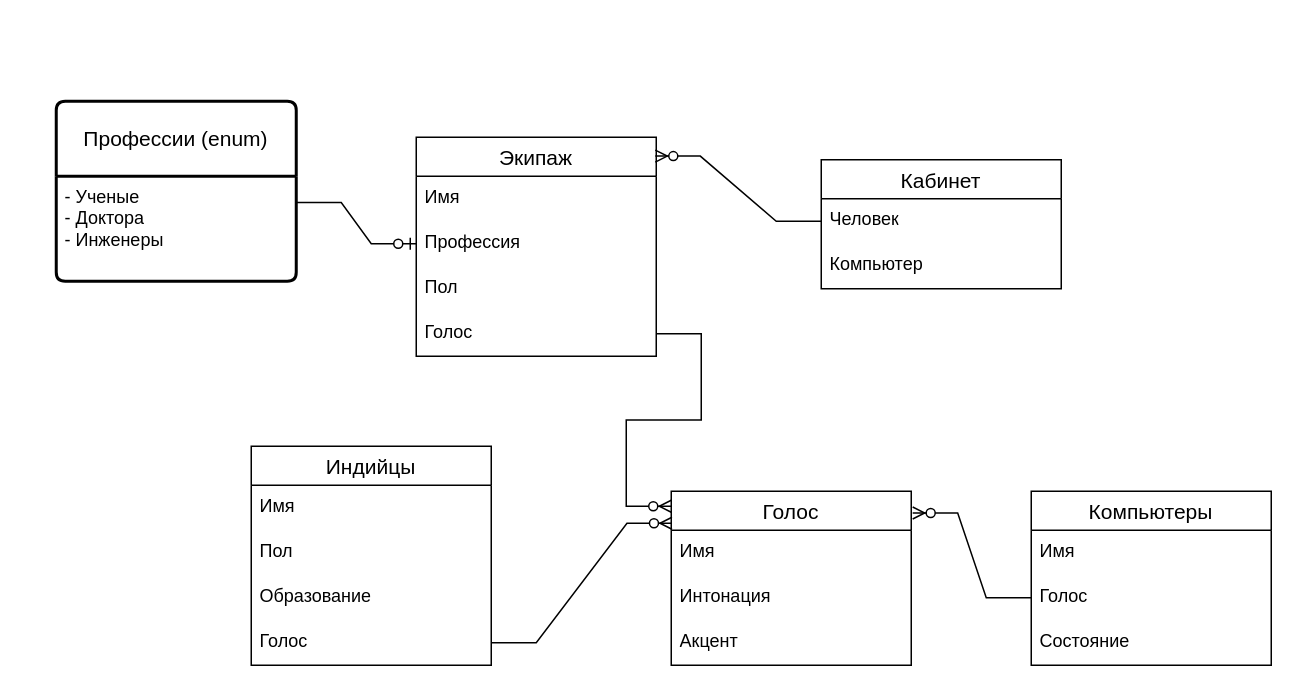
ser535/DB-1 keeps this draw.io diagram as БД.drawio. Above is the earlier version. Source tidied: cells renumbered, new cells numbered last; positions are measured from the earlier drawing's top-left corner, leaving out a move shared by most shapes. Both pictures are drawn from the tidied source at 150%, with x=0, y=0 at pixel (56, 100).
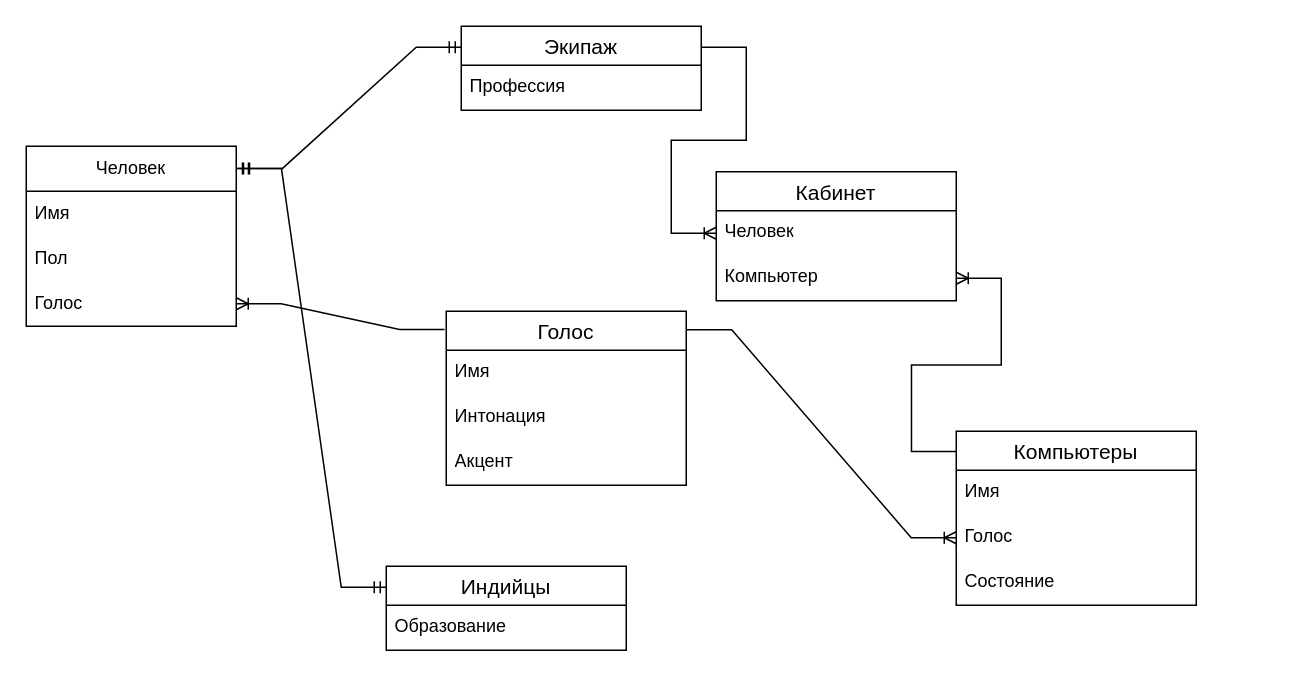
The same diagram, later.

The change refers to these unchanged cells:
```xml
<mxCell id="9" value="Голос" style="text;strokeColor=none;fillColor=none;spacingLeft=4;spacingRight=4;overflow=hidden;points=[[0,0.5],[1,0.5]];portConstraint=eastwest;fontSize=12;whiteSpace=wrap;html=1;" parent="7" vertex="1">
  <mxGeometry y="56" width="160" height="30" as="geometry" />
</mxCell>
<mxCell id="26" value="Человек" style="text;strokeColor=none;fillColor=none;spacingLeft=4;spacingRight=4;overflow=hidden;points=[[0,0.5],[1,0.5]];portConstraint=eastwest;fontSize=12;whiteSpace=wrap;html=1;" parent="25" vertex="1">
  <mxGeometry y="26" width="160" height="30" as="geometry" />
</mxCell>
<mxCell id="27" value="Компьютер" style="text;strokeColor=none;fillColor=none;spacingLeft=4;spacingRight=4;overflow=hidden;points=[[0,0.5],[1,0.5]];portConstraint=eastwest;fontSize=12;whiteSpace=wrap;html=1;" parent="25" vertex="1">
  <mxGeometry y="56" width="160" height="30" as="geometry" />
</mxCell>
```

Diff of the diagram source:
```diff
@@
     <mxCell id="2" value="Экипаж" style="swimlane;fontStyle=0;horizontal=1;startSize=26;align=center;fontSize=14;" parent="1" vertex="1">
-      <mxGeometry x="240" y="24" width="160" height="146" as="geometry" />
+      <mxGeometry x="270" y="-50" width="160" height="56" as="geometry" />
     </mxCell>
-    <mxCell id="3" value="Имя" style="text;strokeColor=none;fillColor=none;spacingLeft=4;spacingRight=4;overflow=hidden;fontSize=12;whiteSpace=wrap;html=1;" parent="2" vertex="1">
-      <mxGeometry y="26" width="160" height="30" as="geometry" />
-    </mxCell>
     <mxCell id="4" value="Профессия" style="text;strokeColor=none;fillColor=none;spacingLeft=4;spacingRight=4;overflow=hidden;points=[[0,0.5],[1,0.5]];portConstraint=eastwest;fontSize=12;whiteSpace=wrap;html=1;" parent="2" vertex="1">
-      <mxGeometry y="56" width="160" height="30" as="geometry" />
+      <mxGeometry y="26" width="160" height="30" as="geometry" />
     </mxCell>
-    <mxCell id="5" value="Пол" style="text;strokeColor=none;fillColor=none;spacingLeft=4;spacingRight=4;overflow=hidden;fontSize=12;whiteSpace=wrap;html=1;" parent="2" vertex="1">
-      <mxGeometry y="86" width="160" height="30" as="geometry" />
-    </mxCell>
-    <mxCell id="6" value="Голос" style="text;strokeColor=none;fillColor=none;spacingLeft=4;spacingRight=4;overflow=hidden;points=[[0,0.5],[1,0.5]];portConstraint=eastwest;fontSize=12;whiteSpace=wrap;html=1;" parent="2" vertex="1">
-      <mxGeometry y="116" width="160" height="30" as="geometry" />
-    </mxCell>
     <mxCell id="7" value="Компьютеры" style="swimlane;fontStyle=0;horizontal=1;startSize=26;align=center;fontSize=14;" parent="1" vertex="1">
-      <mxGeometry x="650" y="260" width="160" height="116" as="geometry" />
+      <mxGeometry x="600" y="220" width="160" height="116" as="geometry" />
     </mxCell>
@@
     <mxCell id="11" value="Голос" style="swimlane;fontStyle=0;horizontal=1;startSize=26;align=center;fontSize=14;" parent="1" vertex="1">
-      <mxGeometry x="410" y="260" width="160" height="116" as="geometry" />
+      <mxGeometry x="260" y="140" width="160" height="116" as="geometry" />
     </mxCell>
@@
     <mxCell id="15" value="Индийцы" style="swimlane;fontStyle=0;horizontal=1;startSize=26;align=center;fontSize=14;" parent="1" vertex="1">
-      <mxGeometry x="130" y="230" width="160" height="146" as="geometry" />
+      <mxGeometry x="220" y="310" width="160" height="56" as="geometry" />
     </mxCell>
-    <mxCell id="16" value="Имя" style="text;strokeColor=none;fillColor=none;spacingLeft=4;spacingRight=4;overflow=hidden;fontSize=12;whiteSpace=wrap;html=1;" parent="15" vertex="1">
-      <mxGeometry y="26" width="160" height="30" as="geometry" />
-    </mxCell>
-    <mxCell id="17" value="Пол" style="text;strokeColor=none;fillColor=none;spacingLeft=4;spacingRight=4;overflow=hidden;fontSize=12;whiteSpace=wrap;html=1;" parent="15" vertex="1">
-      <mxGeometry y="56" width="160" height="30" as="geometry" />
-    </mxCell>
     <mxCell id="18" value="Образование" style="text;strokeColor=none;fillColor=none;spacingLeft=4;spacingRight=4;overflow=hidden;fontSize=12;whiteSpace=wrap;html=1;" parent="15" vertex="1">
-      <mxGeometry y="86" width="160" height="30" as="geometry" />
+      <mxGeometry y="26" width="160" height="30" as="geometry" />
     </mxCell>
-    <mxCell id="19" value="Голос" style="text;strokeColor=none;fillColor=none;spacingLeft=4;spacingRight=4;overflow=hidden;points=[[0,0.5],[1,0.5]];portConstraint=eastwest;fontSize=12;whiteSpace=wrap;html=1;" parent="15" vertex="1">
-      <mxGeometry y="116" width="160" height="30" as="geometry" />
-    </mxCell>
-    <mxCell id="20" style="edgeStyle=entityRelationEdgeStyle;fontSize=12;html=1;endArrow=ERzeroToMany;endFill=1;rounded=0;exitX=1;exitY=0.5;exitDx=0;exitDy=0;entryX=0;entryY=0.086;entryDx=0;entryDy=0;entryPerimeter=0;" parent="1" edge="1" source="6" target="11">
-      <mxGeometry relative="1" as="geometry">
-        <Array as="points">
-          <mxPoint x="370" y="230" />
-        </Array>
-      </mxGeometry>
-    </mxCell>
-    <mxCell id="21" value="Профессии (enum)" style="swimlane;horizontal=1;startSize=50;rounded=1;fontSize=14;fontStyle=0;strokeWidth=2;shadow=0;dashed=0;align=center;arcSize=4;whiteSpace=wrap;html=1;" parent="1" vertex="1">
-      <mxGeometry width="160" height="120" as="geometry" />
-    </mxCell>
-    <mxCell id="22" value="- Ученые&lt;br&gt;- Доктора&lt;br&gt;- Инженеры&amp;nbsp;" style="align=left;strokeColor=none;fillColor=none;spacingLeft=4;fontSize=12;verticalAlign=top;html=1;" parent="21" vertex="1">
-      <mxGeometry y="50" width="160" height="70" as="geometry" />
-    </mxCell>
-    <mxCell id="23" style="edgeStyle=entityRelationEdgeStyle;fontSize=12;html=1;endArrow=ERzeroToOne;endFill=1;rounded=0;entryX=0;entryY=0.5;entryDx=0;entryDy=0;exitX=1;exitY=0.25;exitDx=0;exitDy=0;" parent="1" edge="1" source="22" target="4">
-      <mxGeometry relative="1" as="geometry" />
-    </mxCell>
-    <mxCell id="24" style="edgeStyle=entityRelationEdgeStyle;fontSize=12;html=1;endArrow=ERzeroToMany;endFill=1;rounded=0;exitX=1;exitY=0.5;exitDx=0;exitDy=0;entryX=0.003;entryY=0.184;entryDx=0;entryDy=0;entryPerimeter=0;" parent="1" edge="1" source="19" target="11">
-      <mxGeometry relative="1" as="geometry">
-        <Array as="points">
-          <mxPoint x="270.5" y="275.8" />
-        </Array>
-      </mxGeometry>
-    </mxCell>
     <mxCell id="25" value="Кабинет" style="swimlane;fontStyle=0;horizontal=1;startSize=26;align=center;fontSize=14;" parent="1" vertex="1">
-      <mxGeometry x="510" y="39" width="160" height="86" as="geometry" />
+      <mxGeometry x="440" y="47" width="160" height="86" as="geometry" />
     </mxCell>
@@
-    <mxCell id="28" style="edgeStyle=entityRelationEdgeStyle;fontSize=12;html=1;endArrow=ERzeroToMany;endFill=1;rounded=0;entryX=0.996;entryY=0.086;entryDx=0;entryDy=0;entryPerimeter=0;exitX=0;exitY=0.5;exitDx=0;exitDy=0;" parent="1" edge="1" source="26" target="2">
-      <mxGeometry relative="1" as="geometry" />
-    </mxCell>
-    <mxCell id="29" style="edgeStyle=entityRelationEdgeStyle;fontSize=12;html=1;endArrow=ERzeroToMany;endFill=1;rounded=0;exitX=0;exitY=0.5;exitDx=0;exitDy=0;entryX=1.006;entryY=0.125;entryDx=0;entryDy=0;entryPerimeter=0;" parent="1" edge="1" source="9" target="11">
-      <mxGeometry relative="1" as="geometry" />
-    </mxCell>
+    <mxCell id="30" value="Человек" style="swimlane;fontStyle=0;horizontal=1;startSize=30;whiteSpace=wrap;html=1;" parent="1" vertex="1">
+      <mxGeometry x="-20" y="30" width="140" height="120" as="geometry" />
+    </mxCell>
+    <mxCell id="31" value="Имя" style="text;strokeColor=none;fillColor=none;align=left;verticalAlign=middle;spacingLeft=4;spacingRight=4;overflow=hidden;whiteSpace=wrap;html=1;" parent="30" vertex="1">
+      <mxGeometry y="30" width="140" height="30" as="geometry" />
+    </mxCell>
+    <mxCell id="32" value="Пол" style="text;strokeColor=none;fillColor=none;align=left;verticalAlign=middle;spacingLeft=4;spacingRight=4;overflow=hidden;whiteSpace=wrap;html=1;" parent="30" vertex="1">
+      <mxGeometry y="60" width="140" height="30" as="geometry" />
+    </mxCell>
+    <mxCell id="33" value="Голос" style="text;strokeColor=none;fillColor=none;align=left;verticalAlign=middle;spacingLeft=4;spacingRight=4;overflow=hidden;points=[[0,0.5],[1,0.5]];portConstraint=eastwest;whiteSpace=wrap;html=1;" parent="30" vertex="1">
+      <mxGeometry y="90" width="140" height="30" as="geometry" />
+    </mxCell>
+    <mxCell id="34" style="edgeStyle=entityRelationEdgeStyle;fontSize=12;html=1;endArrow=ERmandOne;startArrow=ERmandOne;rounded=0;entryX=1.001;entryY=0.124;entryDx=0;entryDy=0;entryPerimeter=0;exitX=0;exitY=0.25;exitDx=0;exitDy=0;" parent="1" edge="1" source="15" target="30">
+      <mxGeometry relative="1" as="geometry" />
+    </mxCell>
+    <mxCell id="35" style="fontSize=12;html=1;endArrow=ERmandOne;startArrow=ERmandOne;rounded=0;entryX=0;entryY=0.25;entryDx=0;entryDy=0;exitX=1.006;exitY=0.123;exitDx=0;exitDy=0;exitPerimeter=0;edgeStyle=entityRelationEdgeStyle;elbow=vertical;" parent="1" edge="1" source="30" target="2">
+      <mxGeometry relative="1" as="geometry" />
+    </mxCell>
+    <mxCell id="36" style="edgeStyle=entityRelationEdgeStyle;fontSize=12;html=1;endArrow=ERoneToMany;rounded=0;exitX=-0.007;exitY=0.105;exitDx=0;exitDy=0;entryX=1;entryY=0.5;entryDx=0;entryDy=0;exitPerimeter=0;" parent="1" edge="1" source="11" target="33">
+      <mxGeometry relative="1" as="geometry" />
+    </mxCell>
+    <mxCell id="37" style="edgeStyle=entityRelationEdgeStyle;fontSize=12;html=1;endArrow=ERoneToMany;rounded=0;exitX=1.002;exitY=0.106;exitDx=0;exitDy=0;entryX=0;entryY=0.5;entryDx=0;entryDy=0;exitPerimeter=0;" parent="1" edge="1" source="11" target="9">
+      <mxGeometry relative="1" as="geometry" />
+    </mxCell>
+    <mxCell id="38" style="edgeStyle=entityRelationEdgeStyle;fontSize=12;html=1;endArrow=ERoneToMany;rounded=0;exitX=1;exitY=0.25;exitDx=0;exitDy=0;entryX=0;entryY=0.5;entryDx=0;entryDy=0;" parent="1" edge="1" source="2" target="26">
+      <mxGeometry relative="1" as="geometry" />
+    </mxCell>
+    <mxCell id="39" style="edgeStyle=entityRelationEdgeStyle;fontSize=12;html=1;endArrow=ERoneToMany;rounded=0;exitX=0.001;exitY=0.117;exitDx=0;exitDy=0;exitPerimeter=0;entryX=1;entryY=0.5;entryDx=0;entryDy=0;" parent="1" edge="1" source="7" target="27">
+      <mxGeometry relative="1" as="geometry" />
+    </mxCell>
```
